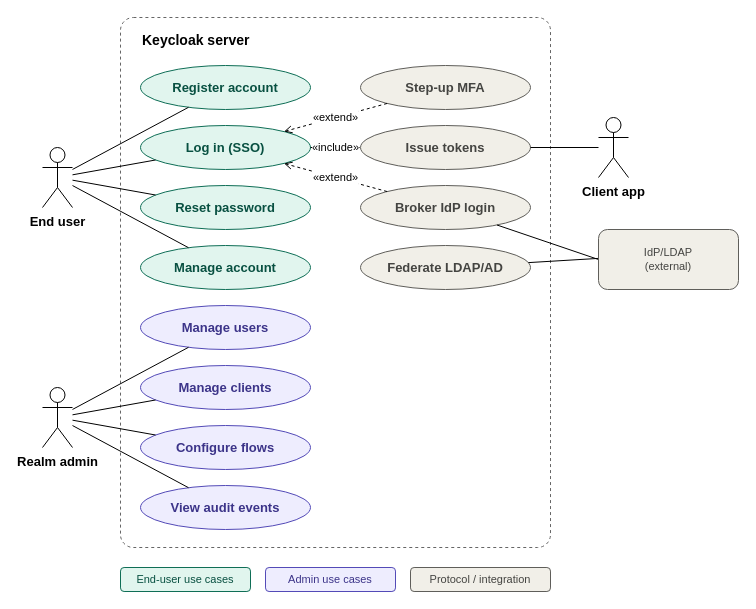
This is interaction_2/keycloak_use_case_diagram.drawio from AyRidd03/SoftwareAssuranceTeam3, a draw.io file, before an edit. Source tidied: cells renumbered, new cells numbered last; positions are measured from the earlier drawing's top-left corner, leaving out a move shared by most shapes. Both pictures are drawn from the tidied source at 100%, with x=0, y=0 at pixel (42, 17).
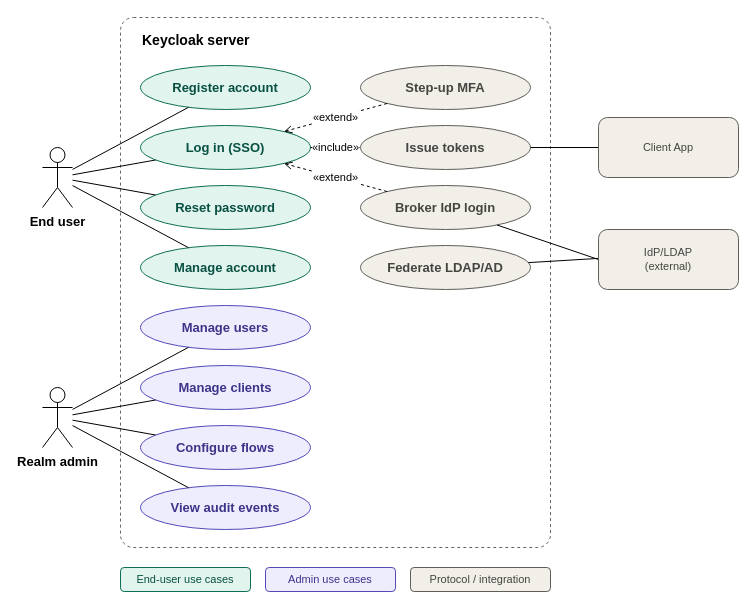
Above is the later version.

The change refers to these unchanged cells:
```xml
<mxCell id="15" value="Issue tokens" style="ellipse;whiteSpace=wrap;html=1;fillColor=#F1EFE8;strokeColor=#5F5E5A;fontColor=#444441;fontStyle=1;fontSize=13;" parent="1" vertex="1">
  <mxGeometry x="318" y="108" width="170" height="44" as="geometry" />
</mxCell>
```

The edit, as a diff of the source:
```diff
@@
-    <mxCell id="5" value="Client app" style="shape=umlActor;verticalLabelPosition=bottom;verticalAlign=top;html=1;outlineConnect=0;fontStyle=1;fontSize=13;" parent="1" vertex="1">
-      <mxGeometry x="556" y="100" width="30" height="60" as="geometry" />
-    </mxCell>
@@
-    <mxCell id="26" style="endArrow=none;html=1;rounded=0;" parent="1" edge="1" source="5" target="15">
-      <mxGeometry relative="1" as="geometry" />
+    <mxCell id="26" style="endArrow=none;html=1;rounded=0;" parent="1" edge="1" target="15">
+      <mxGeometry relative="1" as="geometry">
+        <mxPoint x="556" y="130" as="sourcePoint" />
+      </mxGeometry>
     </mxCell>
@@
+    <mxCell id="36" value="Client App" style="rounded=1;whiteSpace=wrap;html=1;fillColor=#F1EFE8;strokeColor=#5F5E5A;fontColor=#444441;fontSize=11;" parent="1" vertex="1">
+      <mxGeometry x="556" y="100" width="140" height="60" as="geometry" />
+    </mxCell>
```
